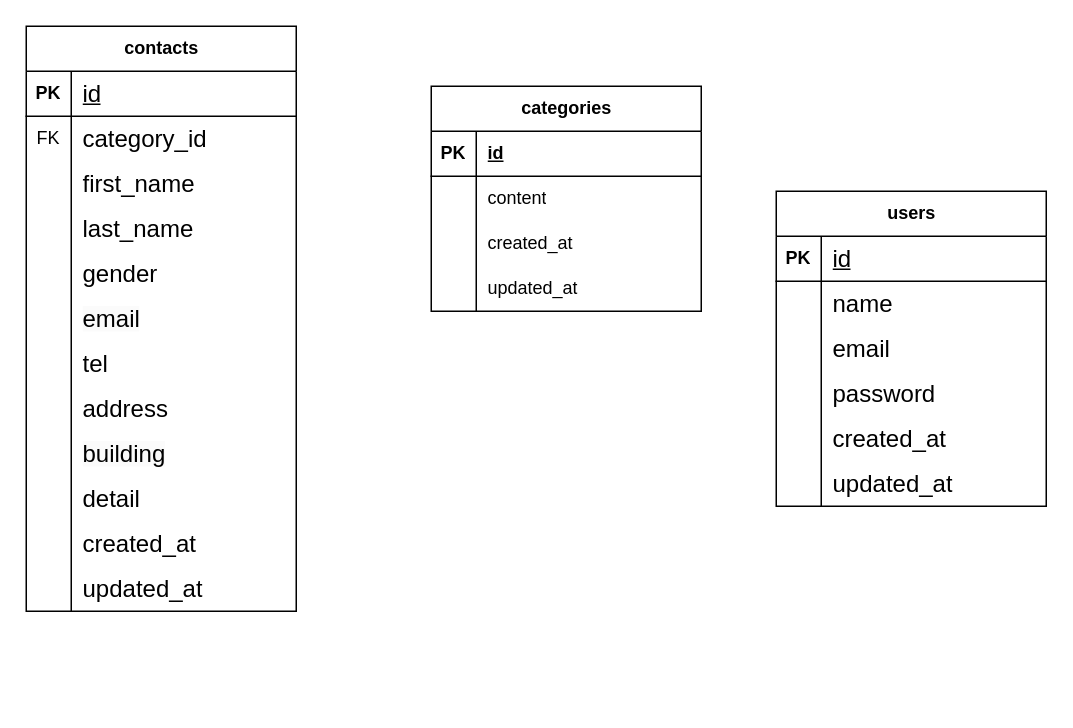
takahiro61202-cyber/form-test keeps this draw.io diagram as ER.dio. Above is the earlier version. Source tidied: cells renumbered, new cells numbered last; positions are measured from the earlier drawing's top-left corner, leaving out a move shared by most shapes. Both pictures are drawn from the tidied source at 150%, with x=0, y=0 at pixel (26, 26).
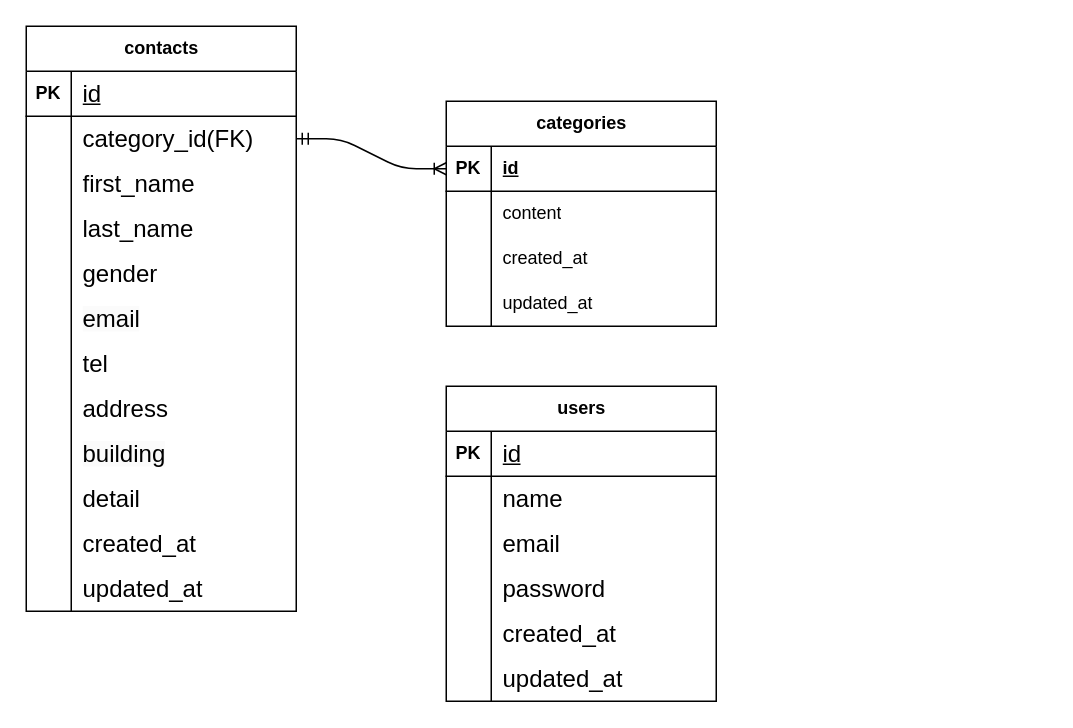
The same diagram, later.

Unchanged cells that the change refers to:
```xml
<mxCell id="3" style="shape=tableRow;horizontal=0;startSize=0;swimlaneHead=0;swimlaneBody=0;fillColor=none;points=[[0,0.5],[1,0.5]];portConstraint=eastwest;top=0;left=0;right=0;bottom=1;" parent="2" vertex="1">
  <mxGeometry y="30" width="180" height="30" as="geometry" />
</mxCell>
<mxCell id="19" style="shape=tableRow;horizontal=0;startSize=0;swimlaneHead=0;swimlaneBody=0;fillColor=none;points=[[0,0.5],[1,0.5]];portConstraint=eastwest;top=0;left=0;right=0;bottom=0;" parent="15" vertex="1">
  <mxGeometry y="60" width="180" height="30" as="geometry" />
</mxCell>
```

Change to the diagram source:
```diff
@@
     <mxCell id="2" value="categories" style="shape=table;startSize=30;childLayout=tableLayout;rowLines=0;fontStyle=1;align=center;html=1;" parent="1" vertex="1">
-      <mxGeometry x="270" y="40" width="180" height="150" as="geometry" />
+      <mxGeometry x="280" y="50" width="180" height="150" as="geometry" />
     </mxCell>
@@
-    <mxCell id="20" value="FK" style="shape=partialRectangle;fillColor=none;top=0;left=0;bottom=0;right=0;overflow=hidden;whiteSpace=wrap;html=1;" parent="19" vertex="1">
+    <mxCell id="20" style="shape=partialRectangle;fillColor=none;top=0;left=0;bottom=0;right=0;overflow=hidden;whiteSpace=wrap;html=1;" parent="19" vertex="1">
       <mxGeometry width="30" height="30" as="geometry" />
     </mxCell>
-    <mxCell id="21" value="&lt;span style=&quot;color: rgb(0, 0, 0); font-size: 16px;&quot;&gt;category_id&lt;/span&gt;" style="shape=partialRectangle;fillColor=none;top=0;left=0;bottom=0;right=0;align=left;spacingLeft=6;overflow=hidden;whiteSpace=wrap;html=1;" parent="19" vertex="1">
+    <mxCell id="21" value="&lt;span style=&quot;color: rgb(0, 0, 0); font-size: 16px;&quot;&gt;category_id(FK)&lt;/span&gt;" style="shape=partialRectangle;fillColor=none;top=0;left=0;bottom=0;right=0;align=left;spacingLeft=6;overflow=hidden;whiteSpace=wrap;html=1;" parent="19" vertex="1">
       <mxGeometry x="30" width="150" height="30" as="geometry" />
     </mxCell>
@@
     <mxCell id="52" value="users" style="shape=table;startSize=30;childLayout=tableLayout;rowLines=0;fontStyle=1;align=center;html=1;" parent="1" vertex="1">
-      <mxGeometry x="500" y="110" width="180" height="210" as="geometry" />
+      <mxGeometry x="280" y="240" width="180" height="210" as="geometry" />
     </mxCell>
@@
+    <mxCell id="71" style="edgeStyle=entityRelationEdgeStyle;fontSize=12;html=1;endArrow=ERoneToMany;startArrow=ERmandOne;exitX=1;exitY=0.5;exitDx=0;exitDy=0;" parent="1" edge="1" source="19" target="3">
+      <mxGeometry relative="1" as="geometry" />
+    </mxCell>
```
